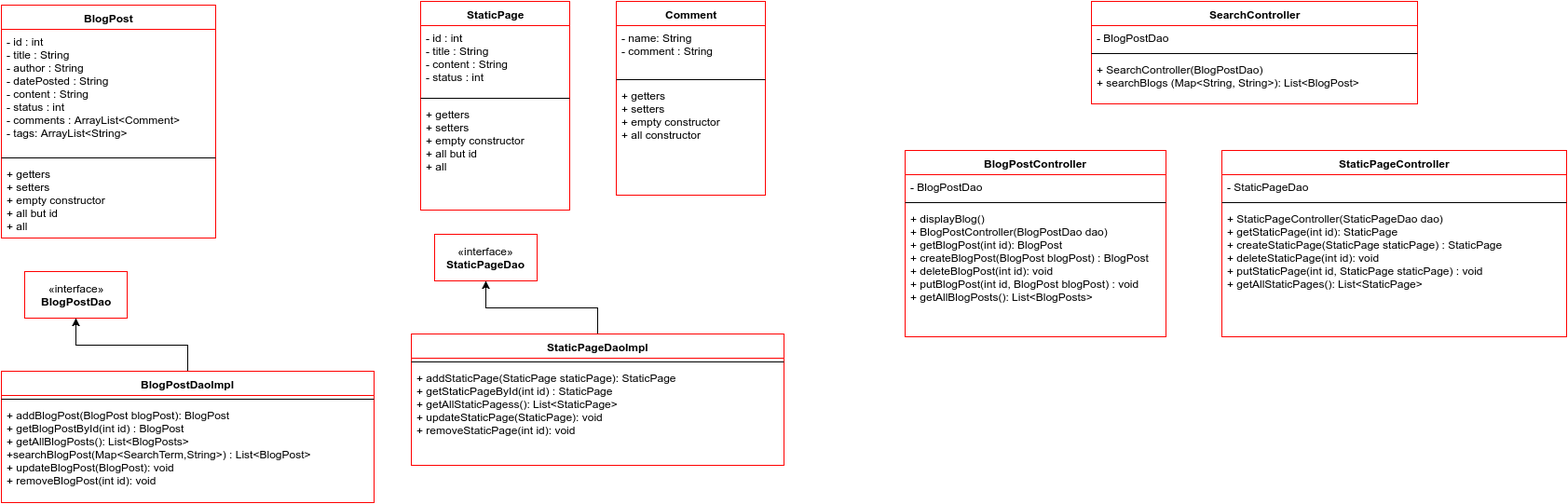
Before: Diagrams/makerSpaceClassDiagrams.png, a diagram exported from draw.io (zach1887/ClassProjects). Source tidied: cells renumbered, new cells last; positions are measured from the earlier drawing's top-left corner, leaving out a move shared by most shapes.
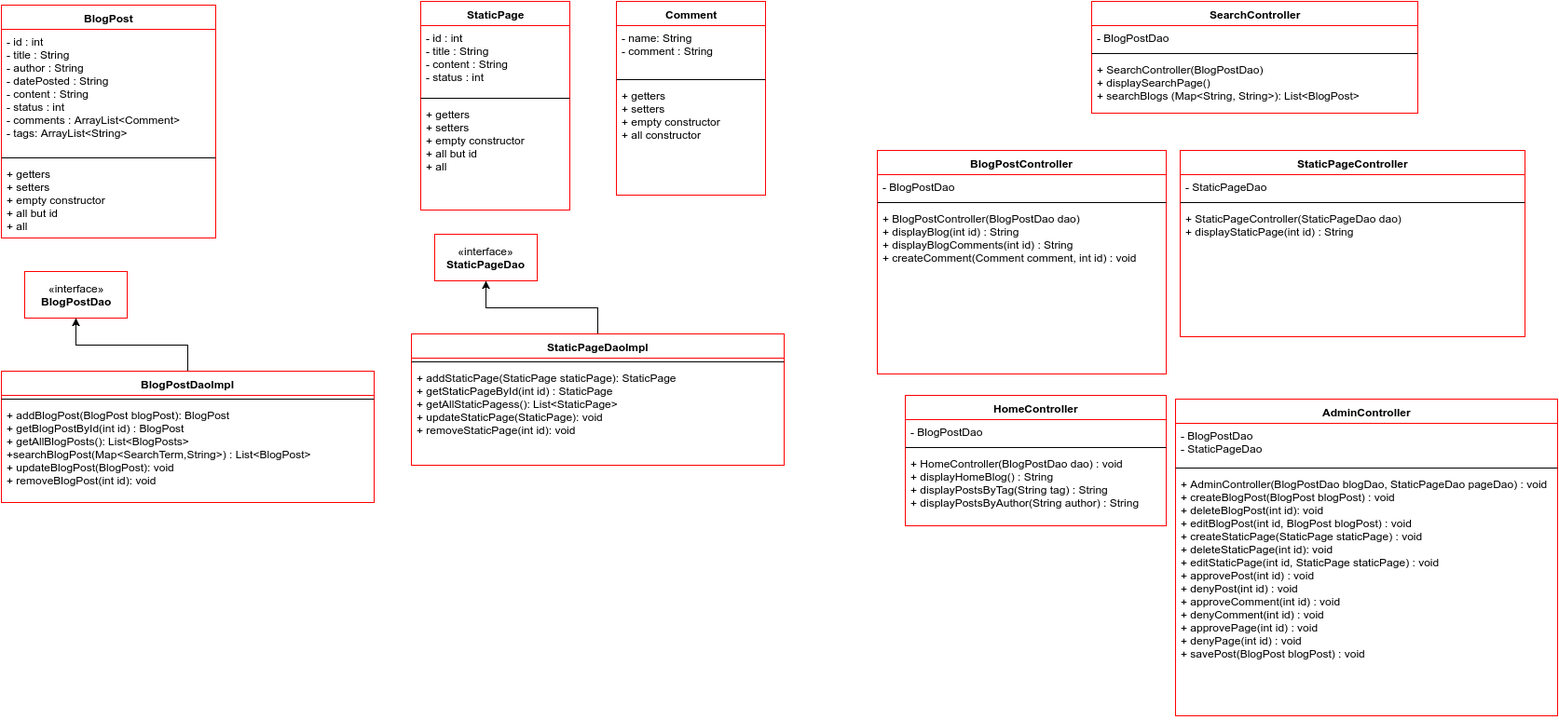
After the change.

Commit message:
more updates to class diagrams. created admin controller. updated userstories

What changed in the source:
```diff
@@ -57,7 +57,7 @@
       <mxGeometry y="34" width="400" height="96" as="geometry" />
     </mxCell>
     <mxCell id="20" value="SearchController" style="swimlane;html=1;fontStyle=1;align=center;verticalAlign=top;horizontal=1;startSize=26;swimlaneFillColor=#ffffff;strokeColor=#FF0000;" parent="1" vertex="1">
-      <mxGeometry x="1170" width="350" height="110" as="geometry" />
+      <mxGeometry x="1170" width="350" height="120" as="geometry" />
     </mxCell>
     <mxCell id="21" value="- BlogPostDao" style="text;html=1;strokeColor=none;fillColor=none;align=left;verticalAlign=top;spacingLeft=4;spacingRight=4;whiteSpace=wrap;overflow=hidden;" parent="20" vertex="1">
       <mxGeometry y="26" width="350" height="26" as="geometry" />
@@ -65,23 +65,23 @@
     <mxCell id="22" style="line;html=1;strokeWidth=1;fillColor=none;align=left;verticalAlign=middle;spacingTop=-1;spacingLeft=3;spacingRight=3;labelPosition=right;" parent="20" vertex="1">
       <mxGeometry y="52" width="350" height="8" as="geometry" />
     </mxCell>
-    <mxCell id="23" value="+ SearchController(BlogPostDao)&lt;div&gt;+ searchBlogs (Map&amp;lt;String, String&amp;gt;): List&amp;lt;BlogPost&amp;gt;&lt;/div&gt;" style="text;html=1;strokeColor=none;fillColor=none;align=left;verticalAlign=top;spacingLeft=4;spacingRight=4;whiteSpace=wrap;overflow=hidden;" parent="20" vertex="1">
-      <mxGeometry y="60" width="350" height="50" as="geometry" />
+    <mxCell id="23" value="+ SearchController(BlogPostDao)&lt;div&gt;+ displaySearchPage()&lt;br&gt;&lt;div&gt;+ searchBlogs (Map&amp;lt;String, String&amp;gt;): List&amp;lt;BlogPost&amp;gt;&lt;/div&gt;&lt;/div&gt;" style="text;html=1;strokeColor=none;fillColor=none;align=left;verticalAlign=top;spacingLeft=4;spacingRight=4;whiteSpace=wrap;overflow=hidden;" parent="20" vertex="1">
+      <mxGeometry y="60" width="350" height="60" as="geometry" />
     </mxCell>
     <mxCell id="24" value="BlogPostController" style="swimlane;html=1;fontStyle=1;align=center;verticalAlign=top;horizontal=1;startSize=26;swimlaneFillColor=#ffffff;strokeColor=#FF0000;" parent="1" vertex="1">
-      <mxGeometry x="970" y="160" width="280" height="200" as="geometry" />
+      <mxGeometry x="940" y="160" width="310" height="240" as="geometry" />
     </mxCell>
     <mxCell id="25" value="- BlogPostDao" style="text;html=1;strokeColor=none;fillColor=none;align=left;verticalAlign=top;spacingLeft=4;spacingRight=4;whiteSpace=wrap;overflow=hidden;" parent="24" vertex="1">
-      <mxGeometry y="26" width="280" height="26" as="geometry" />
+      <mxGeometry y="26" width="310" height="26" as="geometry" />
     </mxCell>
     <mxCell id="26" style="line;html=1;strokeWidth=1;fillColor=none;align=left;verticalAlign=middle;spacingTop=-1;spacingLeft=3;spacingRight=3;labelPosition=right;" parent="24" vertex="1">
-      <mxGeometry y="52" width="280" height="8" as="geometry" />
+      <mxGeometry y="52" width="310" height="8" as="geometry" />
     </mxCell>
-    <mxCell id="27" value="&lt;div&gt;+ displayBlog()&lt;/div&gt;+ BlogPostController(BlogPostDao dao)&lt;div&gt;+ getBlogPost(int id): BlogPost&lt;/div&gt;&lt;div&gt;+ createBlogPost(BlogPost blogPost) : BlogPost&lt;/div&gt;&lt;div&gt;+ deleteBlogPost(int id): void&lt;/div&gt;&lt;div&gt;+ putBlogPost(int id, BlogPost blogPost) : void&lt;/div&gt;&lt;div&gt;+ getAllBlogPosts(): List&amp;lt;BlogPosts&amp;gt;&lt;/div&gt;" style="text;html=1;strokeColor=none;fillColor=none;align=left;verticalAlign=top;spacingLeft=4;spacingRight=4;whiteSpace=wrap;overflow=hidden;" parent="24" vertex="1">
-      <mxGeometry y="60" width="280" height="140" as="geometry" />
+    <mxCell id="27" value="&lt;div&gt;&lt;span&gt;+ BlogPostController(BlogPostDao dao)&lt;/span&gt;&lt;br&gt;&lt;/div&gt;&lt;div&gt;&lt;div&gt;+ displayBlog(int id) : String&lt;/div&gt;&lt;/div&gt;&lt;div&gt;&lt;div&gt;+ displayBlogComments(int id) : String&lt;/div&gt;&lt;/div&gt;&lt;div&gt;&lt;span&gt;+ createComment(Comment comment, int id) : void&lt;/span&gt;&lt;/div&gt;&lt;div&gt;&lt;br&gt;&lt;/div&gt;" style="text;html=1;strokeColor=none;fillColor=none;align=left;verticalAlign=top;spacingLeft=4;spacingRight=4;whiteSpace=wrap;overflow=hidden;" parent="24" vertex="1">
+      <mxGeometry y="60" width="310" height="180" as="geometry" />
     </mxCell>
     <mxCell id="28" value="StaticPageController" style="swimlane;html=1;fontStyle=1;align=center;verticalAlign=top;horizontal=1;startSize=26;swimlaneFillColor=#ffffff;strokeColor=#FF0000;" parent="1" vertex="1">
-      <mxGeometry x="1310" y="160" width="370" height="200" as="geometry" />
+      <mxGeometry x="1265" y="160" width="370" height="200" as="geometry" />
     </mxCell>
     <mxCell id="29" value="- StaticPageDao" style="text;html=1;strokeColor=none;fillColor=none;align=left;verticalAlign=top;spacingLeft=4;spacingRight=4;whiteSpace=wrap;overflow=hidden;" parent="28" vertex="1">
       <mxGeometry y="26" width="370" height="26" as="geometry" />
@@ -89,7 +89,7 @@
     <mxCell id="30" style="line;html=1;strokeWidth=1;fillColor=none;align=left;verticalAlign=middle;spacingTop=-1;spacingLeft=3;spacingRight=3;labelPosition=right;" parent="28" vertex="1">
       <mxGeometry y="52" width="370" height="8" as="geometry" />
     </mxCell>
-    <mxCell id="31" value="+ StaticPageController(StaticPageDao dao)&lt;div&gt;+ getStaticPage(int id): StaticPage&lt;/div&gt;&lt;div&gt;+ createStaticPage(StaticPage staticPage) : StaticPage&lt;/div&gt;&lt;div&gt;+ deleteStaticPage(int id): void&lt;/div&gt;&lt;div&gt;+ putStaticPage(int id, StaticPage staticPage) : void&lt;/div&gt;&lt;div&gt;+ getAllStaticPages(): List&amp;lt;StaticPage&amp;gt;&lt;/div&gt;" style="text;html=1;strokeColor=none;fillColor=none;align=left;verticalAlign=top;spacingLeft=4;spacingRight=4;whiteSpace=wrap;overflow=hidden;" parent="28" vertex="1">
+    <mxCell id="31" value="+ StaticPageController(StaticPageDao dao)&lt;div&gt;+ displayStaticPage(int id) : String&lt;/div&gt;" style="text;html=1;strokeColor=none;fillColor=none;align=left;verticalAlign=top;spacingLeft=4;spacingRight=4;whiteSpace=wrap;overflow=hidden;" parent="28" vertex="1">
       <mxGeometry y="60" width="370" height="140" as="geometry" />
     </mxCell>
     <mxCell id="32" value="Comment" style="swimlane;html=1;fontStyle=1;align=center;verticalAlign=top;horizontal=1;startSize=26;swimlaneFillColor=#ffffff;strokeColor=#FF0000;" parent="1" vertex="1">
@@ -104,5 +104,29 @@
     <mxCell id="35" value="+ getters&lt;div&gt;+ setters&lt;/div&gt;&lt;div&gt;+ empty constructor&amp;nbsp;&lt;/div&gt;&lt;div&gt;+ all constructor&lt;/div&gt;" style="text;html=1;strokeColor=none;fillColor=none;align=left;verticalAlign=top;spacingLeft=4;spacingRight=4;whiteSpace=wrap;overflow=hidden;" parent="32" vertex="1">
       <mxGeometry y="88" width="160" height="120" as="geometry" />
     </mxCell>
+    <mxCell id="36" value="HomeController" style="swimlane;html=1;fontStyle=1;align=center;verticalAlign=top;horizontal=1;startSize=26;swimlaneFillColor=#ffffff;strokeColor=#FF0000;" parent="1" vertex="1">
+      <mxGeometry x="970" y="423" width="280" height="140" as="geometry" />
+    </mxCell>
+    <mxCell id="37" value="- BlogPostDao" style="text;html=1;strokeColor=none;fillColor=none;align=left;verticalAlign=top;spacingLeft=4;spacingRight=4;whiteSpace=wrap;overflow=hidden;" parent="36" vertex="1">
+      <mxGeometry y="26" width="280" height="26" as="geometry" />
+    </mxCell>
+    <mxCell id="38" style="line;html=1;strokeWidth=1;fillColor=none;align=left;verticalAlign=middle;spacingTop=-1;spacingLeft=3;spacingRight=3;labelPosition=right;" parent="36" vertex="1">
+      <mxGeometry y="52" width="280" height="8" as="geometry" />
+    </mxCell>
+    <mxCell id="39" value="&lt;div&gt;+ HomeController(BlogPostDao dao) : void&lt;/div&gt;+ displayHomeBlog() : String&lt;div&gt;&lt;div&gt;+ displayPostsByTag(String tag) : String&lt;/div&gt;&lt;div&gt;&lt;div&gt;+ displayPostsByAuthor(String author) : String&lt;/div&gt;&lt;/div&gt;&lt;div&gt;&lt;div&gt;&lt;br&gt;&lt;/div&gt;&lt;/div&gt;&lt;/div&gt;" style="text;html=1;strokeColor=none;fillColor=none;align=left;verticalAlign=top;spacingLeft=4;spacingRight=4;whiteSpace=wrap;overflow=hidden;" parent="36" vertex="1">
+      <mxGeometry y="60" width="280" height="80" as="geometry" />
+    </mxCell>
+    <mxCell id="40" value="AdminController" style="swimlane;html=1;fontStyle=1;align=center;verticalAlign=top;horizontal=1;startSize=26;swimlaneFillColor=#ffffff;strokeColor=#FF0000;" parent="1" vertex="1">
+      <mxGeometry x="1260" y="427" width="410" height="340" as="geometry" />
+    </mxCell>
+    <mxCell id="41" value="- BlogPostDao&lt;div&gt;- StaticPageDao&lt;/div&gt;" style="text;html=1;strokeColor=none;fillColor=none;align=left;verticalAlign=top;spacingLeft=4;spacingRight=4;whiteSpace=wrap;overflow=hidden;" parent="40" vertex="1">
+      <mxGeometry y="26" width="410" height="44" as="geometry" />
+    </mxCell>
+    <mxCell id="42" style="line;html=1;strokeWidth=1;fillColor=none;align=left;verticalAlign=middle;spacingTop=-1;spacingLeft=3;spacingRight=3;labelPosition=right;" parent="40" vertex="1">
+      <mxGeometry y="70" width="410" height="8" as="geometry" />
+    </mxCell>
+    <mxCell id="43" value="&lt;div&gt;+ AdminController(BlogPostDao blogDao, StaticPageDao pageDao) : void&lt;/div&gt;&lt;div&gt;&lt;div&gt;&lt;div&gt;&lt;div&gt;+ createBlogPost(BlogPost blogPost) : void&lt;br&gt;&lt;/div&gt;&lt;div&gt;+ deleteBlogPost(int id): void&lt;/div&gt;&lt;div&gt;+ editBlogPost(int id, BlogPost blogPost) : void&lt;/div&gt;&lt;/div&gt;&lt;/div&gt;&lt;/div&gt;&lt;div&gt;&lt;div&gt;+ createStaticPage(StaticPage staticPage) : void&lt;/div&gt;&lt;div&gt;+ deleteStaticPage(int id): void&lt;/div&gt;&lt;div&gt;+ editStaticPage(int id, StaticPage staticPage) : void&lt;/div&gt;&lt;/div&gt;&lt;div&gt;+ approvePost(int id) : void&lt;/div&gt;&lt;div&gt;+ denyPost(int id) : void&lt;/div&gt;&lt;div&gt;+ approveComment(int id) : void&lt;/div&gt;&lt;div&gt;+ denyComment(int id) : void&lt;/div&gt;&lt;div&gt;+ approvePage(int id) : void&lt;/div&gt;&lt;div&gt;+ denyPage(int id) : void&amp;nbsp;&lt;/div&gt;&lt;div&gt;+ savePost(BlogPost blogPost) : void&amp;nbsp;&lt;/div&gt;" style="text;html=1;strokeColor=none;fillColor=none;align=left;verticalAlign=top;spacingLeft=4;spacingRight=4;whiteSpace=wrap;overflow=hidden;" parent="40" vertex="1">
+      <mxGeometry y="78" width="410" height="262" as="geometry" />
+    </mxCell>
   </root>
 </mxGraphModel>
```
